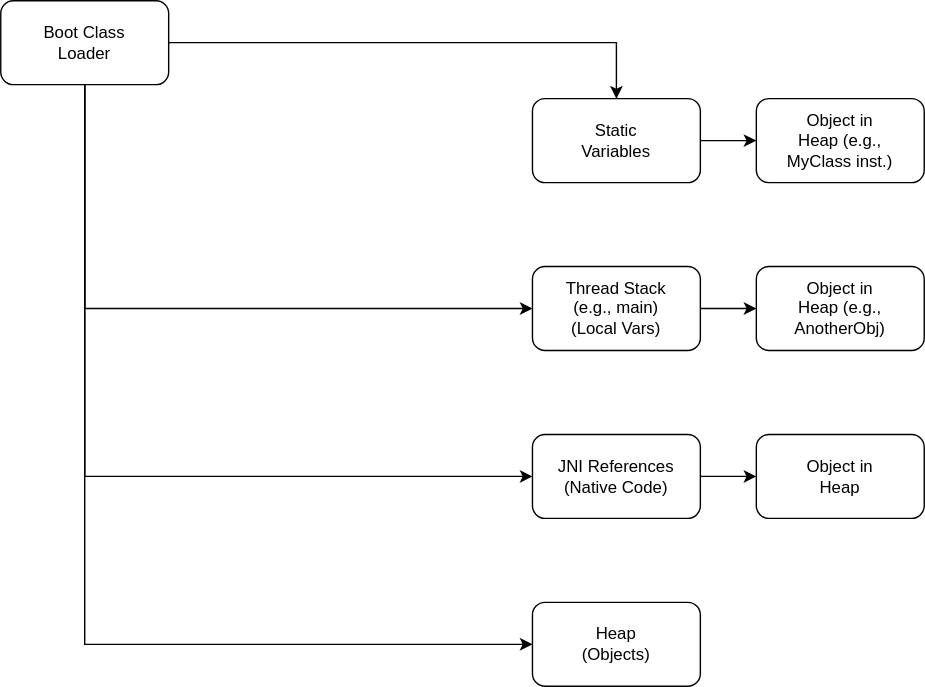
This is csFAQ/images/GCRoot.drawio.svg from fangzhzh/leetcode, a draw.io export, as it was before one commit. Source tidied: cells renumbered, new cells last; positions are measured from the earlier drawing's top-left corner, leaving out a move shared by most shapes. The source it was exported from:
```xml
<mxGraphModel>
  <root>
    <mxCell id="0" />
    <mxCell id="1" parent="0" />
    <mxCell id="2" value="Boot Class&lt;br&gt;Loader" style="rounded=1;whiteSpace=wrap;html=1;" parent="1" vertex="1">
      <mxGeometry width="120" height="60" as="geometry" />
    </mxCell>
    <mxCell id="3" value="Static&lt;br&gt;Variables" style="rounded=1;whiteSpace=wrap;html=1;" parent="1" vertex="1">
      <mxGeometry x="380" y="70" width="120" height="60" as="geometry" />
    </mxCell>
    <mxCell id="4" value="Object in&lt;br&gt;Heap (e.g.,&lt;br&gt;MyClass inst.)" style="rounded=1;whiteSpace=wrap;html=1;" parent="1" vertex="1">
      <mxGeometry x="540" y="70" width="120" height="60" as="geometry" />
    </mxCell>
    <mxCell id="5" style="edgeStyle=orthogonalEdgeStyle;rounded=0;jettySize=auto;html=1;endArrow=classic;endFill=1;" parent="1" edge="1" source="2" target="3">
      <mxGeometry relative="1" as="geometry" />
    </mxCell>
    <mxCell id="6" style="edgeStyle=orthogonalEdgeStyle;rounded=0;jettySize=auto;html=1;endArrow=classic;endFill=1;" parent="1" edge="1" source="3" target="4">
      <mxGeometry relative="1" as="geometry" />
    </mxCell>
    <mxCell id="7" value="Thread Stack&lt;br&gt;(e.g., main)&lt;br&gt;(Local Vars)" style="rounded=1;whiteSpace=wrap;html=1;" parent="1" vertex="1">
      <mxGeometry x="380" y="190" width="120" height="60" as="geometry" />
    </mxCell>
    <mxCell id="8" value="Object in&lt;br&gt;Heap (e.g.,&lt;br&gt;AnotherObj)" style="rounded=1;whiteSpace=wrap;html=1;" parent="1" vertex="1">
      <mxGeometry x="540" y="190" width="120" height="60" as="geometry" />
    </mxCell>
    <mxCell id="9" style="edgeStyle=orthogonalEdgeStyle;rounded=0;jettySize=auto;html=1;endArrow=classic;endFill=1;" parent="1" edge="1" source="7" target="8">
      <mxGeometry relative="1" as="geometry" />
    </mxCell>
    <mxCell id="10" style="edgeStyle=orthogonalEdgeStyle;rounded=0;jettySize=auto;html=1;endArrow=classic;endFill=1;" parent="1" edge="1" source="2" target="7">
      <mxGeometry relative="1" as="geometry">
        <Array as="points">
          <mxPoint x="60" y="220" />
        </Array>
      </mxGeometry>
    </mxCell>
    <mxCell id="11" value="JNI References&lt;br&gt;(Native Code)" style="rounded=1;whiteSpace=wrap;html=1;" parent="1" vertex="1">
      <mxGeometry x="380" y="310" width="120" height="60" as="geometry" />
    </mxCell>
    <mxCell id="12" value="Object in&lt;br&gt;Heap" style="rounded=1;whiteSpace=wrap;html=1;" parent="1" vertex="1">
      <mxGeometry x="540" y="310" width="120" height="60" as="geometry" />
    </mxCell>
    <mxCell id="13" style="edgeStyle=orthogonalEdgeStyle;rounded=0;jettySize=auto;html=1;endArrow=classic;endFill=1;" parent="1" edge="1" source="11" target="12">
      <mxGeometry relative="1" as="geometry" />
    </mxCell>
    <mxCell id="14" style="edgeStyle=orthogonalEdgeStyle;rounded=0;jettySize=auto;html=1;endArrow=classic;endFill=1;" parent="1" edge="1" source="2" target="11">
      <mxGeometry relative="1" as="geometry">
        <Array as="points">
          <mxPoint x="60" y="340" />
        </Array>
      </mxGeometry>
    </mxCell>
    <mxCell id="15" value="Heap&lt;br&gt;(Objects)" style="rounded=1;whiteSpace=wrap;html=1;" parent="1" vertex="1">
      <mxGeometry x="380" y="430" width="120" height="60" as="geometry" />
    </mxCell>
    <mxCell id="16" style="edgeStyle=orthogonalEdgeStyle;rounded=0;jettySize=auto;html=1;endArrow=classic;endFill=1;" parent="1" edge="1" source="2" target="15">
      <mxGeometry relative="1" as="geometry">
        <Array as="points">
          <mxPoint x="60" y="460" />
        </Array>
      </mxGeometry>
    </mxCell>
  </root>
</mxGraphModel>
```
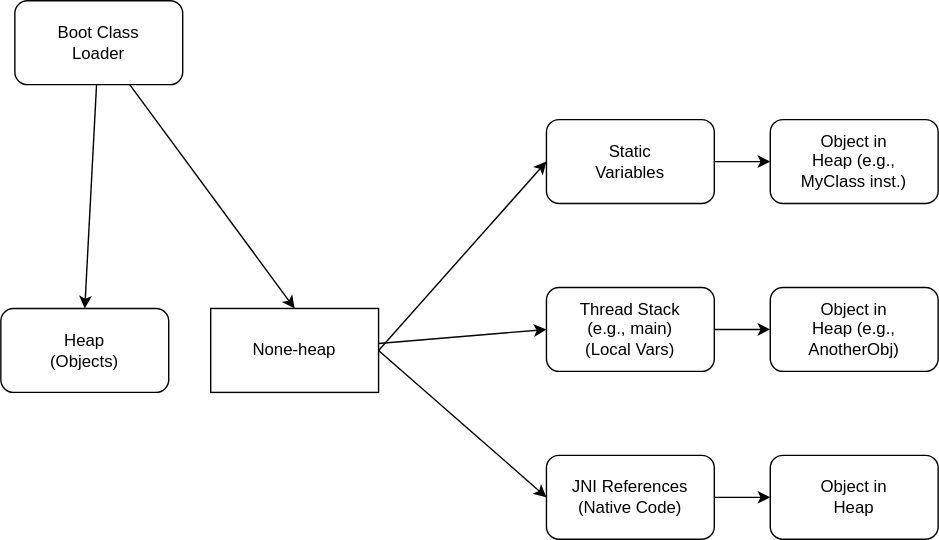
After the change.

Change to the diagram source:
```diff
@@ -2,8 +2,14 @@
   <root>
     <mxCell id="0" />
     <mxCell id="1" parent="0" />
+    <mxCell id="17" style="edgeStyle=none;html=1;entryX=0.5;entryY=0;entryDx=0;entryDy=0;" parent="1" edge="1" source="2" target="21">
+      <mxGeometry relative="1" as="geometry" />
+    </mxCell>
+    <mxCell id="16" style="edgeStyle=none;html=1;entryX=0.5;entryY=0;entryDx=0;entryDy=0;" parent="1" edge="1" source="2" target="15">
+      <mxGeometry relative="1" as="geometry" />
+    </mxCell>
     <mxCell id="2" value="Boot Class&lt;br&gt;Loader" style="rounded=1;whiteSpace=wrap;html=1;" parent="1" vertex="1">
-      <mxGeometry width="120" height="60" as="geometry" />
+      <mxGeometry y="-15" width="120" height="60" as="geometry" />
     </mxCell>
     <mxCell id="3" value="Static&lt;br&gt;Variables" style="rounded=1;whiteSpace=wrap;html=1;" parent="1" vertex="1">
       <mxGeometry x="380" y="70" width="120" height="60" as="geometry" />
@@ -11,9 +17,6 @@
     <mxCell id="4" value="Object in&lt;br&gt;Heap (e.g.,&lt;br&gt;MyClass inst.)" style="rounded=1;whiteSpace=wrap;html=1;" parent="1" vertex="1">
       <mxGeometry x="540" y="70" width="120" height="60" as="geometry" />
     </mxCell>
-    <mxCell id="5" style="edgeStyle=orthogonalEdgeStyle;rounded=0;jettySize=auto;html=1;endArrow=classic;endFill=1;" parent="1" edge="1" source="2" target="3">
-      <mxGeometry relative="1" as="geometry" />
-    </mxCell>
     <mxCell id="6" style="edgeStyle=orthogonalEdgeStyle;rounded=0;jettySize=auto;html=1;endArrow=classic;endFill=1;" parent="1" edge="1" source="3" target="4">
       <mxGeometry relative="1" as="geometry" />
     </mxCell>
@@ -26,13 +29,6 @@
     <mxCell id="9" style="edgeStyle=orthogonalEdgeStyle;rounded=0;jettySize=auto;html=1;endArrow=classic;endFill=1;" parent="1" edge="1" source="7" target="8">
       <mxGeometry relative="1" as="geometry" />
     </mxCell>
-    <mxCell id="10" style="edgeStyle=orthogonalEdgeStyle;rounded=0;jettySize=auto;html=1;endArrow=classic;endFill=1;" parent="1" edge="1" source="2" target="7">
-      <mxGeometry relative="1" as="geometry">
-        <Array as="points">
-          <mxPoint x="60" y="220" />
-        </Array>
-      </mxGeometry>
-    </mxCell>
     <mxCell id="11" value="JNI References&lt;br&gt;(Native Code)" style="rounded=1;whiteSpace=wrap;html=1;" parent="1" vertex="1">
       <mxGeometry x="380" y="310" width="120" height="60" as="geometry" />
     </mxCell>
@@ -42,22 +38,20 @@
     <mxCell id="13" style="edgeStyle=orthogonalEdgeStyle;rounded=0;jettySize=auto;html=1;endArrow=classic;endFill=1;" parent="1" edge="1" source="11" target="12">
       <mxGeometry relative="1" as="geometry" />
     </mxCell>
-    <mxCell id="14" style="edgeStyle=orthogonalEdgeStyle;rounded=0;jettySize=auto;html=1;endArrow=classic;endFill=1;" parent="1" edge="1" source="2" target="11">
-      <mxGeometry relative="1" as="geometry">
-        <Array as="points">
-          <mxPoint x="60" y="340" />
-        </Array>
-      </mxGeometry>
-    </mxCell>
     <mxCell id="15" value="Heap&lt;br&gt;(Objects)" style="rounded=1;whiteSpace=wrap;html=1;" parent="1" vertex="1">
-      <mxGeometry x="380" y="430" width="120" height="60" as="geometry" />
+      <mxGeometry x="-10" y="205" width="120" height="60" as="geometry" />
     </mxCell>
-    <mxCell id="16" style="edgeStyle=orthogonalEdgeStyle;rounded=0;jettySize=auto;html=1;endArrow=classic;endFill=1;" parent="1" edge="1" source="2" target="15">
-      <mxGeometry relative="1" as="geometry">
-        <Array as="points">
-          <mxPoint x="60" y="460" />
-        </Array>
-      </mxGeometry>
-    </mxCell>
+    <mxCell id="18" style="edgeStyle=none;html=1;entryX=0;entryY=0.5;entryDx=0;entryDy=0;exitX=1;exitY=0.5;exitDx=0;exitDy=0;" parent="1" edge="1" source="21" target="11">
+      <mxGeometry relative="1" as="geometry" />
+    </mxCell>
+    <mxCell id="19" style="edgeStyle=none;html=1;entryX=0;entryY=0.5;entryDx=0;entryDy=0;exitX=1;exitY=0.5;exitDx=0;exitDy=0;" parent="1" edge="1" source="21" target="3">
+      <mxGeometry relative="1" as="geometry" />
+    </mxCell>
+    <mxCell id="20" style="edgeStyle=none;html=1;entryX=0;entryY=0.5;entryDx=0;entryDy=0;" parent="1" edge="1" source="21" target="7">
+      <mxGeometry relative="1" as="geometry" />
+    </mxCell>
+    <mxCell id="21" value="None-heap" style="whiteSpace=wrap;html=1;" parent="1" vertex="1">
+      <mxGeometry x="140" y="205" width="120" height="60" as="geometry" />
+    </mxCell>
   </root>
 </mxGraphModel>
```
